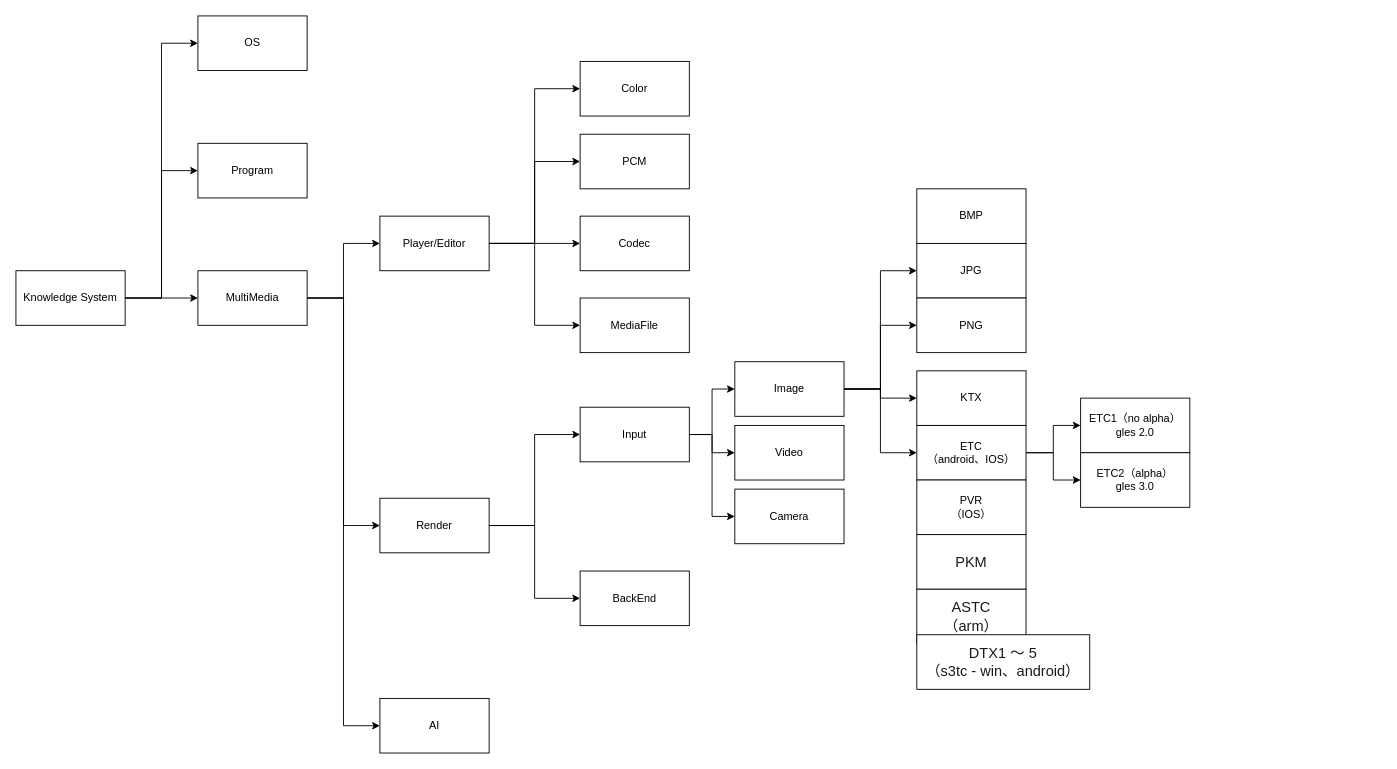
Earlier version of the draw.io diagram KnowledgeSystem.drawio (loleng/mediatools). Source tidied: cells renumbered, new cells numbered last; positions are measured from the earlier drawing's top-left corner, leaving out a move shared by most shapes. Both pictures are drawn from the tidied source at 91%, with x=0, y=0 at pixel (15, 15).
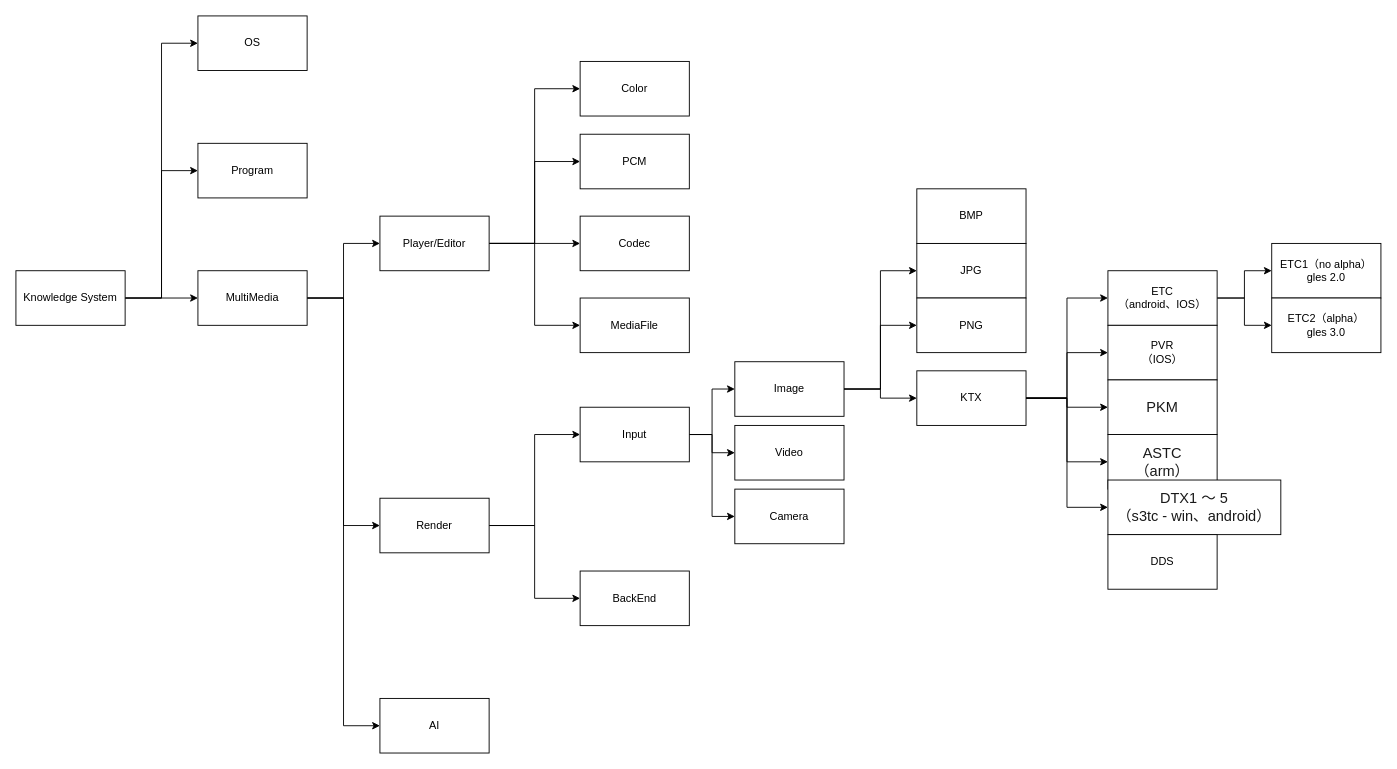
The same diagram, later.

Unchanged cells that the change refers to:
```xml
<mxCell id="33" value="Image" style="whiteSpace=wrap;html=1;" parent="1" vertex="1">
  <mxGeometry x="790" y="380" width="120" height="60" as="geometry" />
</mxCell>
<mxCell id="39" value="KTX" style="whiteSpace=wrap;html=1;" parent="1" vertex="1">
  <mxGeometry x="990" y="390" width="120" height="60" as="geometry" />
</mxCell>
```

The edit, as a diff of the source:
```diff
@@
-    <mxCell id="32" style="edgeStyle=orthogonalEdgeStyle;rounded=0;jettySize=auto;html=1;entryX=0;entryY=0.5;entryDx=0;entryDy=0;" parent="1" edge="1" source="33" target="42">
-      <mxGeometry relative="1" as="geometry" />
-    </mxCell>
@@
+    <mxCell id="50" style="edgeStyle=orthogonalEdgeStyle;rounded=0;jettySize=auto;html=1;entryX=0;entryY=0.5;entryDx=0;entryDy=0;" parent="1" edge="1" source="39" target="42">
+      <mxGeometry relative="1" as="geometry" />
+    </mxCell>
+    <mxCell id="51" style="edgeStyle=orthogonalEdgeStyle;rounded=0;jettySize=auto;html=1;entryX=0;entryY=0.5;entryDx=0;entryDy=0;" parent="1" edge="1" source="39" target="45">
+      <mxGeometry relative="1" as="geometry" />
+    </mxCell>
+    <mxCell id="52" style="edgeStyle=orthogonalEdgeStyle;rounded=0;jettySize=auto;html=1;entryX=0;entryY=0.5;entryDx=0;entryDy=0;" parent="1" edge="1" source="39" target="46">
+      <mxGeometry relative="1" as="geometry" />
+    </mxCell>
+    <mxCell id="53" style="edgeStyle=orthogonalEdgeStyle;rounded=0;jettySize=auto;html=1;entryX=0;entryY=0.5;entryDx=0;entryDy=0;" parent="1" edge="1" source="39" target="47">
+      <mxGeometry relative="1" as="geometry" />
+    </mxCell>
+    <mxCell id="54" style="edgeStyle=orthogonalEdgeStyle;rounded=0;jettySize=auto;html=1;entryX=0;entryY=0.5;entryDx=0;entryDy=0;" parent="1" edge="1" source="39" target="49">
+      <mxGeometry relative="1" as="geometry" />
+    </mxCell>
@@
     <mxCell id="42" value="ETC&lt;br&gt;（android、IOS）" style="whiteSpace=wrap;html=1;" parent="1" vertex="1">
-      <mxGeometry x="990" y="450" width="120" height="60" as="geometry" />
+      <mxGeometry x="1200" y="280" width="120" height="60" as="geometry" />
     </mxCell>
     <mxCell id="43" value="ETC1（no alpha）&lt;br&gt;gles 2.0" style="whiteSpace=wrap;html=1;" parent="1" vertex="1">
-      <mxGeometry x="1170" y="420" width="120" height="60" as="geometry" />
+      <mxGeometry x="1380" y="250" width="120" height="60" as="geometry" />
     </mxCell>
     <mxCell id="44" value="ETC2（alpha）&lt;br&gt;gles 3.0" style="whiteSpace=wrap;html=1;" parent="1" vertex="1">
-      <mxGeometry x="1170" y="480" width="120" height="60" as="geometry" />
+      <mxGeometry x="1380" y="310" width="120" height="60" as="geometry" />
     </mxCell>
     <mxCell id="45" value="PVR&lt;br&gt;（IOS）" style="whiteSpace=wrap;html=1;" parent="1" vertex="1">
-      <mxGeometry x="990" y="510" width="120" height="60" as="geometry" />
+      <mxGeometry x="1200" y="340" width="120" height="60" as="geometry" />
     </mxCell>
     <mxCell id="46" value="&lt;span style=&quot;color: rgba(0 , 0 , 0 , 0.9) ; font-family: , &amp;#34;blinkmacsystemfont&amp;#34; , &amp;#34;helvetica neue&amp;#34; , &amp;#34;pingfang sc&amp;#34; , &amp;#34;hiragino sans gb&amp;#34; , &amp;#34;microsoft yahei ui&amp;#34; , &amp;#34;microsoft yahei&amp;#34; , &amp;#34;arial&amp;#34; , sans-serif ; font-size: 16px ; background-color: rgb(255 , 255 , 255)&quot;&gt;PKM&lt;/span&gt;" style="rounded=0;whiteSpace=wrap;html=1;" parent="1" vertex="1">
-      <mxGeometry x="990" y="570" width="120" height="60" as="geometry" />
+      <mxGeometry x="1200" y="400" width="120" height="60" as="geometry" />
     </mxCell>
     <mxCell id="47" value="&lt;span style=&quot;color: rgba(0 , 0 , 0 , 0.9) ; font-family: , &amp;#34;blinkmacsystemfont&amp;#34; , &amp;#34;helvetica neue&amp;#34; , &amp;#34;pingfang sc&amp;#34; , &amp;#34;hiragino sans gb&amp;#34; , &amp;#34;microsoft yahei ui&amp;#34; , &amp;#34;microsoft yahei&amp;#34; , &amp;#34;arial&amp;#34; , sans-serif ; font-size: 16px ; background-color: rgb(255 , 255 , 255)&quot;&gt;ASTC&lt;br&gt;（arm）&lt;/span&gt;" style="rounded=0;whiteSpace=wrap;html=1;" parent="1" vertex="1">
-      <mxGeometry x="990" y="630" width="120" height="60" as="geometry" />
+      <mxGeometry x="1200" y="460" width="120" height="60" as="geometry" />
     </mxCell>
@@
     <mxCell id="49" value="&lt;span style=&quot;color: rgba(0 , 0 , 0 , 0.9) ; font-family: , &amp;#34;blinkmacsystemfont&amp;#34; , &amp;#34;helvetica neue&amp;#34; , &amp;#34;pingfang sc&amp;#34; , &amp;#34;hiragino sans gb&amp;#34; , &amp;#34;microsoft yahei ui&amp;#34; , &amp;#34;microsoft yahei&amp;#34; , &amp;#34;arial&amp;#34; , sans-serif ; font-size: 16px ; background-color: rgb(255 , 255 , 255)&quot;&gt;DTX1 ～ 5&lt;br&gt;（s3tc - win、android）&lt;br&gt;&lt;/span&gt;" style="rounded=0;whiteSpace=wrap;html=1;" parent="1" vertex="1">
-      <mxGeometry x="990" y="680" width="190" height="60" as="geometry" />
+      <mxGeometry x="1200" y="510" width="190" height="60" as="geometry" />
     </mxCell>
+    <mxCell id="55" value="DDS" style="rounded=0;whiteSpace=wrap;html=1;" parent="1" vertex="1">
+      <mxGeometry x="1200" y="570" width="120" height="60" as="geometry" />
+    </mxCell>
```
